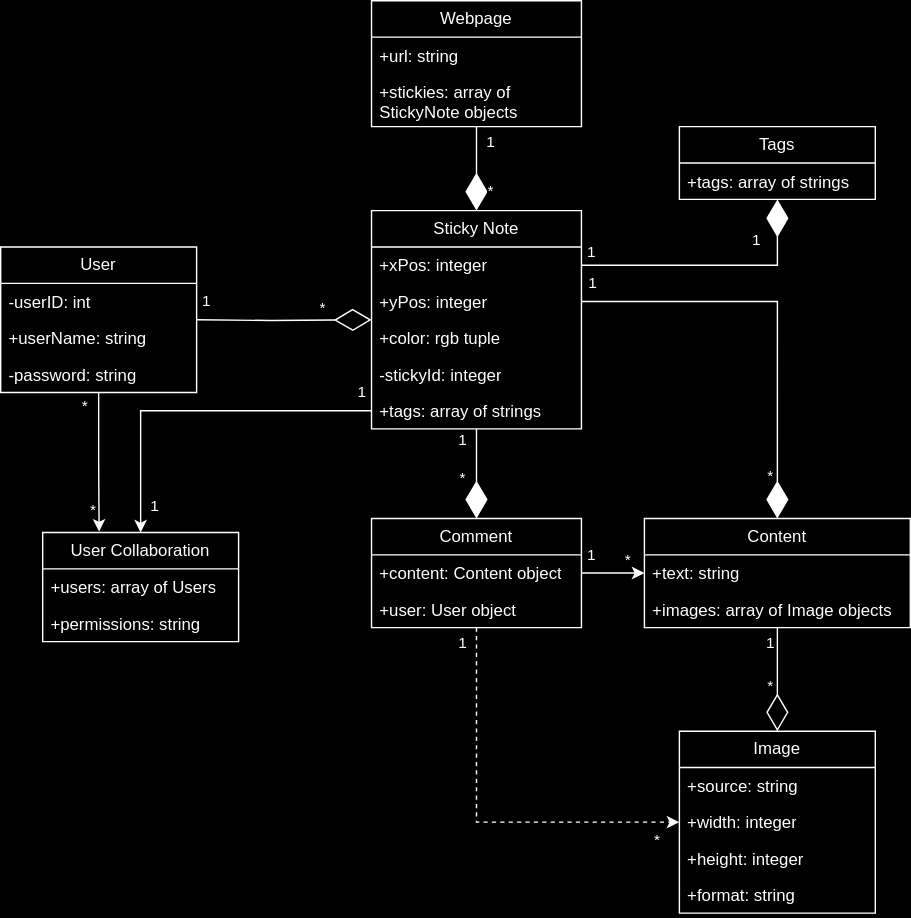
Earlier version of the draw.io export markdownImages/D3classDiagram.svg (JCraghead/WebNotes). Source tidied: cells renumbered, new cells last; positions are measured from the earlier drawing's top-left corner, leaving out a move shared by most shapes.
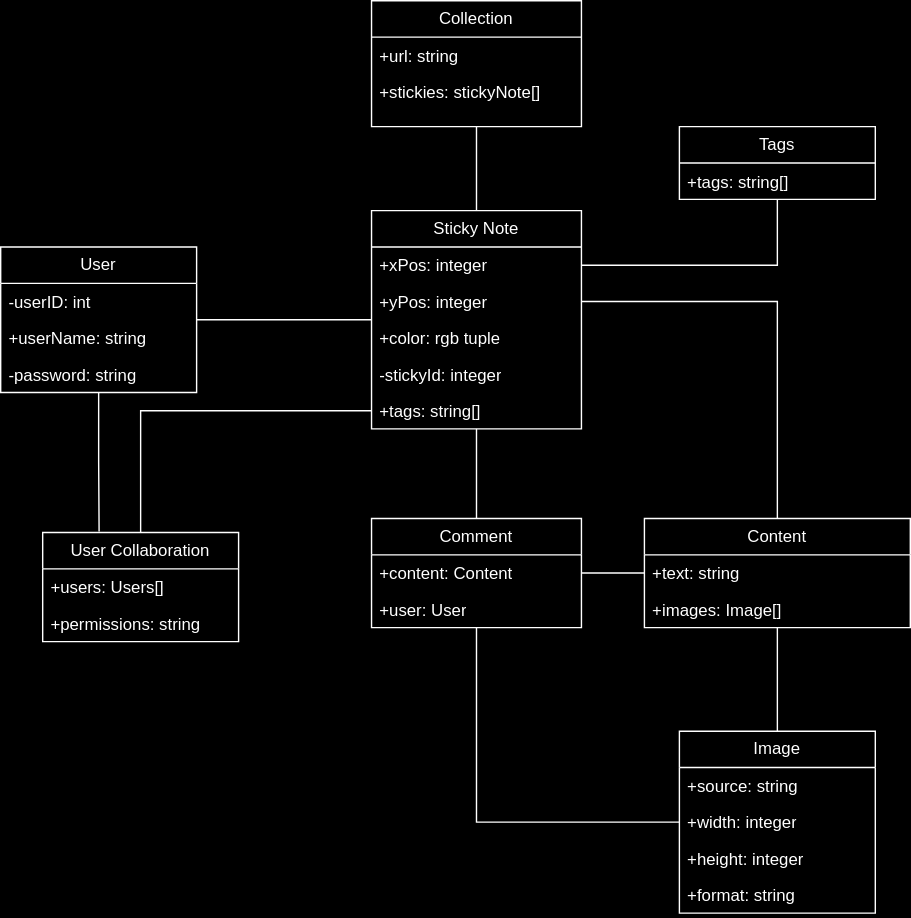
After the change.

What changed in the source:
```diff
@@ -2,34 +2,14 @@
   <root>
     <mxCell id="0" />
     <mxCell id="1" parent="0" />
-    <mxCell id="2" style="edgeStyle=orthogonalEdgeStyle;rounded=0;jettySize=auto;html=1;endArrow=diamondThin;endFill=0;endSize=24;html=1;rounded=0;" parent="1" edge="1" target="21">
+    <mxCell id="2" style="endArrow=none;endFill=0;" parent="1" edge="1" target="21">
       <mxGeometry relative="1" as="geometry">
         <mxPoint x="140" y="228" as="sourcePoint" />
       </mxGeometry>
     </mxCell>
-    <mxCell id="3" value="1" style="edgeLabel;html=1;align=center;verticalAlign=middle;" parent="2" vertex="1">
-      <mxGeometry x="-0.9" y="1" relative="1" as="geometry">
-        <mxPoint y="-12" as="offset" />
-      </mxGeometry>
-    </mxCell>
-    <mxCell id="4" value="*" style="edgeLabel;html=1;align=center;verticalAlign=middle;" parent="2" vertex="1">
-      <mxGeometry x="0.76" y="1" relative="1" as="geometry">
-        <mxPoint x="-20" y="-7" as="offset" />
-      </mxGeometry>
-    </mxCell>
-    <mxCell id="5" style="edgeStyle=orthogonalEdgeStyle;rounded=0;jettySize=auto;html=1;entryX=0.288;entryY=-0.008;entryDx=0;entryDy=0;entryPerimeter=0;" parent="1" edge="1" source="8" target="39">
+    <mxCell id="5" style="edgeStyle=orthogonalEdgeStyle;rounded=0;jettySize=auto;html=1;entryX=0.288;entryY=-0.008;entryDx=0;entryDy=0;entryPerimeter=0;endArrow=none;endFill=0;" parent="1" edge="1" source="8" target="39">
       <mxGeometry relative="1" as="geometry" />
     </mxCell>
-    <mxCell id="6" value="*" style="edgeLabel;html=1;align=center;verticalAlign=middle;" parent="5" vertex="1">
-      <mxGeometry x="-0.78" y="-1" relative="1" as="geometry">
-        <mxPoint x="-9" y="-1" as="offset" />
-      </mxGeometry>
-    </mxCell>
-    <mxCell id="7" value="*" style="edgeLabel;html=1;align=center;verticalAlign=middle;" parent="5" vertex="1">
-      <mxGeometry x="0.68" y="-2" relative="1" as="geometry">
-        <mxPoint x="-3" as="offset" />
-      </mxGeometry>
-    </mxCell>
     <mxCell id="8" value="User" style="swimlane;fontStyle=0;horizontal=1;startSize=26;fillColor=none;whiteSpace=wrap;html=1;" parent="1" vertex="1">
       <mxGeometry y="176" width="140" height="104" as="geometry" />
     </mxCell>
@@ -42,41 +22,21 @@
     <mxCell id="11" value="-password: string" style="text;strokeColor=none;fillColor=none;align=left;verticalAlign=top;spacingLeft=4;spacingRight=4;overflow=hidden;whiteSpace=wrap;html=1;" parent="8" vertex="1">
       <mxGeometry y="78" width="140" height="26" as="geometry" />
     </mxCell>
-    <mxCell id="12" style="edgeStyle=orthogonalEdgeStyle;rounded=0;jettySize=auto;html=1;entryX=0.5;entryY=0;entryDx=0;entryDy=0;endArrow=diamondThin;endFill=1;endSize=24;html=1;rounded=0;" parent="1" edge="1" source="15" target="21">
+    <mxCell id="12" style="edgeStyle=orthogonalEdgeStyle;rounded=0;jettySize=auto;html=1;entryX=0.5;entryY=0;entryDx=0;entryDy=0;endArrow=none;endFill=0;endSize=24;html=1;rounded=0;" parent="1" edge="1" source="15" target="21">
       <mxGeometry relative="1" as="geometry" />
     </mxCell>
-    <mxCell id="13" value="*" style="edgeLabel;html=1;align=center;verticalAlign=middle;" parent="12" vertex="1">
-      <mxGeometry x="0.51" relative="1" as="geometry">
-        <mxPoint x="10" as="offset" />
-      </mxGeometry>
-    </mxCell>
-    <mxCell id="14" value="1" style="edgeLabel;html=1;align=center;verticalAlign=middle;" parent="12" vertex="1">
-      <mxGeometry x="-0.82" relative="1" as="geometry">
-        <mxPoint x="10" y="5" as="offset" />
-      </mxGeometry>
-    </mxCell>
-    <mxCell id="15" value="Webpage" style="swimlane;fontStyle=0;horizontal=1;startSize=26;fillColor=none;whiteSpace=wrap;html=1;" parent="1" vertex="1">
+    <mxCell id="15" value="Collection" style="swimlane;fontStyle=0;horizontal=1;startSize=26;fillColor=none;whiteSpace=wrap;html=1;" parent="1" vertex="1">
       <mxGeometry x="265" width="150" height="90" as="geometry" />
     </mxCell>
     <mxCell id="16" value="+url: string" style="text;strokeColor=none;fillColor=none;align=left;verticalAlign=top;spacingLeft=4;spacingRight=4;overflow=hidden;whiteSpace=wrap;html=1;" parent="15" vertex="1">
       <mxGeometry y="26" width="150" height="26" as="geometry" />
     </mxCell>
-    <mxCell id="17" value="+stickies: array of StickyNote objects" style="text;strokeColor=none;fillColor=none;align=left;verticalAlign=top;spacingLeft=4;spacingRight=4;overflow=hidden;whiteSpace=wrap;html=1;" parent="15" vertex="1">
+    <mxCell id="17" value="+stickies: stickyNote[]" style="text;strokeColor=none;fillColor=none;align=left;verticalAlign=top;spacingLeft=4;spacingRight=4;overflow=hidden;whiteSpace=wrap;html=1;" parent="15" vertex="1">
       <mxGeometry y="52" width="150" height="38" as="geometry" />
     </mxCell>
-    <mxCell id="18" style="edgeStyle=orthogonalEdgeStyle;rounded=0;jettySize=auto;html=1;entryX=0.5;entryY=0;entryDx=0;entryDy=0;endArrow=diamondThin;endFill=1;endSize=24;html=1;rounded=0;" parent="1" edge="1" source="21" target="36">
+    <mxCell id="18" style="edgeStyle=orthogonalEdgeStyle;rounded=0;jettySize=auto;html=1;entryX=0.5;entryY=0;entryDx=0;entryDy=0;endArrow=none;endFill=0;endSize=24;html=1;rounded=0;" parent="1" edge="1" source="21" target="36">
       <mxGeometry relative="1" as="geometry" />
     </mxCell>
-    <mxCell id="19" value="1" style="edgeLabel;html=1;align=center;verticalAlign=middle;" parent="18" vertex="1">
-      <mxGeometry x="-0.76" y="-1" relative="1" as="geometry">
-        <mxPoint x="-9" as="offset" />
-      </mxGeometry>
-    </mxCell>
-    <mxCell id="20" value="*" style="edgeLabel;html=1;align=center;verticalAlign=middle;" parent="18" vertex="1">
-      <mxGeometry x="0.5" relative="1" as="geometry">
-        <mxPoint x="-10" y="-14" as="offset" />
-      </mxGeometry>
-    </mxCell>
     <mxCell id="21" value="Sticky Note" style="swimlane;fontStyle=0;horizontal=1;startSize=26;fillColor=none;whiteSpace=wrap;html=1;" parent="1" vertex="1">
       <mxGeometry x="265" y="150" width="150" height="156" as="geometry" />
     </mxCell>
@@ -92,57 +52,37 @@
     <mxCell id="25" value="-stickyId: integer" style="text;strokeColor=none;fillColor=none;align=left;verticalAlign=top;spacingLeft=4;spacingRight=4;overflow=hidden;whiteSpace=wrap;html=1;" parent="21" vertex="1">
       <mxGeometry y="104" width="150" height="26" as="geometry" />
     </mxCell>
-    <mxCell id="26" value="+tags: array of strings" style="text;strokeColor=none;fillColor=none;align=left;verticalAlign=top;spacingLeft=4;spacingRight=4;overflow=hidden;points=[[0,0.5],[1,0.5]];portConstraint=eastwest;whiteSpace=wrap;html=1;" parent="21" vertex="1">
+    <mxCell id="26" value="+tags: string[]" style="text;strokeColor=none;fillColor=none;align=left;verticalAlign=top;spacingLeft=4;spacingRight=4;overflow=hidden;points=[[0,0.5],[1,0.5]];portConstraint=eastwest;whiteSpace=wrap;html=1;" parent="21" vertex="1">
       <mxGeometry y="130" width="150" height="26" as="geometry" />
     </mxCell>
-    <mxCell id="27" style="edgeStyle=orthogonalEdgeStyle;rounded=0;jettySize=auto;html=1;entryX=0.5;entryY=0;entryDx=0;entryDy=0;endArrow=diamondThin;endFill=0;endSize=24;html=1;rounded=0;" parent="1" edge="1" source="30" target="42">
+    <mxCell id="27" style="edgeStyle=orthogonalEdgeStyle;rounded=0;jettySize=auto;html=1;entryX=0.5;entryY=0;entryDx=0;entryDy=0;endArrow=none;endFill=0;endSize=24;html=1;rounded=0;" parent="1" edge="1" source="30" target="42">
       <mxGeometry relative="1" as="geometry" />
     </mxCell>
-    <mxCell id="28" value="1" style="edgeLabel;html=1;align=center;verticalAlign=middle;" parent="27" vertex="1">
-      <mxGeometry x="-0.8" relative="1" as="geometry">
-        <mxPoint x="-5" y="3" as="offset" />
-      </mxGeometry>
-    </mxCell>
-    <mxCell id="29" value="*" style="edgeLabel;html=1;align=center;verticalAlign=middle;" parent="27" vertex="1">
-      <mxGeometry x="0.65" y="1" relative="1" as="geometry">
-        <mxPoint x="-6" y="-19" as="offset" />
-      </mxGeometry>
-    </mxCell>
     <mxCell id="30" value="Content" style="swimlane;fontStyle=0;horizontal=1;startSize=26;fillColor=none;whiteSpace=wrap;html=1;" parent="1" vertex="1">
       <mxGeometry x="460" y="370" width="190" height="78" as="geometry" />
     </mxCell>
     <mxCell id="31" value="+text: string" style="text;strokeColor=none;fillColor=none;align=left;verticalAlign=top;spacingLeft=4;spacingRight=4;overflow=hidden;points=[[0,0.5],[1,0.5]];portConstraint=eastwest;whiteSpace=wrap;html=1;" parent="30" vertex="1">
       <mxGeometry y="26" width="190" height="26" as="geometry" />
     </mxCell>
-    <mxCell id="32" value="+images: array of Image objects" style="text;strokeColor=none;fillColor=none;align=left;verticalAlign=top;spacingLeft=4;spacingRight=4;overflow=hidden;whiteSpace=wrap;html=1;" parent="30" vertex="1">
+    <mxCell id="32" value="+images: Image[]" style="text;strokeColor=none;fillColor=none;align=left;verticalAlign=top;spacingLeft=4;spacingRight=4;overflow=hidden;whiteSpace=wrap;html=1;" parent="30" vertex="1">
       <mxGeometry y="52" width="190" height="26" as="geometry" />
     </mxCell>
-    <mxCell id="33" style="edgeStyle=orthogonalEdgeStyle;rounded=0;jettySize=auto;html=1;entryX=0;entryY=0.5;entryDx=0;entryDy=0;dashed=1;" parent="1" edge="1" source="36" target="44">
+    <mxCell id="33" style="edgeStyle=orthogonalEdgeStyle;rounded=0;jettySize=auto;html=1;entryX=0;entryY=0.5;entryDx=0;entryDy=0;endArrow=none;endFill=0;" parent="1" edge="1" source="36" target="44">
       <mxGeometry relative="1" as="geometry" />
     </mxCell>
-    <mxCell id="34" value="1" style="edgeLabel;html=1;align=center;verticalAlign=middle;" parent="33" vertex="1">
-      <mxGeometry x="-0.93" y="-1" relative="1" as="geometry">
-        <mxPoint x="-9" y="1" as="offset" />
-      </mxGeometry>
-    </mxCell>
-    <mxCell id="35" value="*" style="edgeLabel;html=1;align=center;verticalAlign=middle;" parent="33" vertex="1">
-      <mxGeometry x="0.88" y="2" relative="1" as="geometry">
-        <mxPoint y="15" as="offset" />
-      </mxGeometry>
-    </mxCell>
     <mxCell id="36" value="Comment" style="swimlane;fontStyle=0;horizontal=1;startSize=26;fillColor=none;whiteSpace=wrap;html=1;" parent="1" vertex="1">
       <mxGeometry x="265" y="370" width="150" height="78" as="geometry" />
     </mxCell>
-    <mxCell id="37" value="+content: Content object" style="text;strokeColor=none;fillColor=none;align=left;verticalAlign=top;spacingLeft=4;spacingRight=4;overflow=hidden;points=[[0,0.5],[1,0.5]];portConstraint=eastwest;whiteSpace=wrap;html=1;" parent="36" vertex="1">
+    <mxCell id="37" value="+content: Content" style="text;strokeColor=none;fillColor=none;align=left;verticalAlign=top;spacingLeft=4;spacingRight=4;overflow=hidden;points=[[0,0.5],[1,0.5]];portConstraint=eastwest;whiteSpace=wrap;html=1;" parent="36" vertex="1">
       <mxGeometry y="26" width="150" height="26" as="geometry" />
     </mxCell>
-    <mxCell id="38" value="+user: User object" style="text;strokeColor=none;fillColor=none;align=left;verticalAlign=top;spacingLeft=4;spacingRight=4;overflow=hidden;whiteSpace=wrap;html=1;" parent="36" vertex="1">
+    <mxCell id="38" value="+user: User" style="text;strokeColor=none;fillColor=none;align=left;verticalAlign=top;spacingLeft=4;spacingRight=4;overflow=hidden;whiteSpace=wrap;html=1;" parent="36" vertex="1">
       <mxGeometry y="52" width="150" height="26" as="geometry" />
     </mxCell>
     <mxCell id="39" value="User Collaboration" style="swimlane;fontStyle=0;horizontal=1;startSize=26;fillColor=none;whiteSpace=wrap;html=1;" parent="1" vertex="1">
       <mxGeometry x="30" y="380" width="140" height="78" as="geometry" />
     </mxCell>
-    <mxCell id="40" value="+users: array of Users" style="text;strokeColor=none;fillColor=none;align=left;verticalAlign=top;spacingLeft=4;spacingRight=4;overflow=hidden;whiteSpace=wrap;html=1;" parent="39" vertex="1">
+    <mxCell id="40" value="+users: Users[]" style="text;strokeColor=none;fillColor=none;align=left;verticalAlign=top;spacingLeft=4;spacingRight=4;overflow=hidden;whiteSpace=wrap;html=1;" parent="39" vertex="1">
       <mxGeometry y="26" width="140" height="26" as="geometry" />
     </mxCell>
     <mxCell id="41" value="+permissions: string" style="text;strokeColor=none;fillColor=none;align=left;verticalAlign=top;spacingLeft=4;spacingRight=4;overflow=hidden;whiteSpace=wrap;html=1;" parent="39" vertex="1">
@@ -166,60 +106,20 @@
     <mxCell id="47" value="Tags" style="swimlane;fontStyle=0;horizontal=1;startSize=26;fillColor=none;whiteSpace=wrap;html=1;" parent="1" vertex="1">
       <mxGeometry x="485" y="90" width="140" height="52" as="geometry" />
     </mxCell>
-    <mxCell id="48" value="+tags: array of strings" style="text;strokeColor=none;fillColor=none;align=left;verticalAlign=top;spacingLeft=4;spacingRight=4;overflow=hidden;whiteSpace=wrap;html=1;" parent="47" vertex="1">
+    <mxCell id="48" value="+tags: string[]" style="text;strokeColor=none;fillColor=none;align=left;verticalAlign=top;spacingLeft=4;spacingRight=4;overflow=hidden;whiteSpace=wrap;html=1;" parent="47" vertex="1">
       <mxGeometry y="26" width="140" height="26" as="geometry" />
     </mxCell>
-    <mxCell id="49" style="edgeStyle=orthogonalEdgeStyle;rounded=0;jettySize=auto;html=1;entryX=0.5;entryY=0;entryDx=0;entryDy=0;endArrow=diamondThin;endFill=1;endSize=24;html=1;rounded=0;" parent="1" edge="1" source="23" target="30">
+    <mxCell id="49" style="edgeStyle=orthogonalEdgeStyle;rounded=0;jettySize=auto;html=1;entryX=0.5;entryY=0;entryDx=0;entryDy=0;endArrow=none;endFill=0;endSize=24;html=1;rounded=0;" parent="1" edge="1" source="23" target="30">
       <mxGeometry relative="1" as="geometry" />
     </mxCell>
-    <mxCell id="50" value="1" style="edgeLabel;html=1;align=center;verticalAlign=middle;" parent="49" vertex="1">
-      <mxGeometry x="-0.95" relative="1" as="geometry">
-        <mxPoint y="-13" as="offset" />
-      </mxGeometry>
-    </mxCell>
-    <mxCell id="51" value="*" style="edgeLabel;html=1;align=center;verticalAlign=middle;" parent="49" vertex="1">
-      <mxGeometry x="0.88" y="-1" relative="1" as="geometry">
-        <mxPoint x="-4" y="-13" as="offset" />
-      </mxGeometry>
-    </mxCell>
-    <mxCell id="52" style="edgeStyle=orthogonalEdgeStyle;rounded=0;jettySize=auto;html=1;endArrow=diamondThin;endFill=1;endSize=24;html=1;rounded=0;" parent="1" edge="1" source="22" target="47">
+    <mxCell id="52" style="edgeStyle=orthogonalEdgeStyle;rounded=0;jettySize=auto;html=1;endArrow=none;endFill=0;endSize=24;html=1;rounded=0;" parent="1" edge="1" source="22" target="47">
       <mxGeometry relative="1" as="geometry" />
     </mxCell>
-    <mxCell id="53" value="1" style="edgeLabel;html=1;align=center;verticalAlign=middle;" parent="52" vertex="1">
-      <mxGeometry x="-0.93" y="1" relative="1" as="geometry">
-        <mxPoint y="-8" as="offset" />
-      </mxGeometry>
-    </mxCell>
-    <mxCell id="54" value="1" style="edgeLabel;html=1;align=center;verticalAlign=middle;" parent="52" vertex="1">
-      <mxGeometry x="0.6" y="2" relative="1" as="geometry">
-        <mxPoint x="-13" y="-9" as="offset" />
-      </mxGeometry>
-    </mxCell>
-    <mxCell id="55" style="edgeStyle=orthogonalEdgeStyle;rounded=0;jettySize=auto;html=1;entryX=0.5;entryY=0;entryDx=0;entryDy=0;" parent="1" edge="1" source="26" target="39">
+    <mxCell id="55" style="edgeStyle=orthogonalEdgeStyle;rounded=0;jettySize=auto;html=1;entryX=0.5;entryY=0;entryDx=0;entryDy=0;endArrow=none;endFill=0;" parent="1" edge="1" source="26" target="39">
       <mxGeometry relative="1" as="geometry" />
     </mxCell>
-    <mxCell id="56" value="1" style="edgeLabel;html=1;align=center;verticalAlign=middle;" parent="55" vertex="1">
-      <mxGeometry x="-0.95" y="-1" relative="1" as="geometry">
-        <mxPoint y="-12" as="offset" />
-      </mxGeometry>
-    </mxCell>
-    <mxCell id="57" value="1" style="edgeLabel;html=1;align=center;verticalAlign=middle;" parent="55" vertex="1">
-      <mxGeometry x="0.84" y="1" relative="1" as="geometry">
-        <mxPoint x="9" as="offset" />
-      </mxGeometry>
-    </mxCell>
-    <mxCell id="58" style="edgeStyle=orthogonalEdgeStyle;rounded=0;jettySize=auto;html=1;entryX=0;entryY=0.5;entryDx=0;entryDy=0;" parent="1" edge="1" source="37" target="31">
+    <mxCell id="58" style="edgeStyle=orthogonalEdgeStyle;rounded=0;jettySize=auto;html=1;entryX=0;entryY=0.5;entryDx=0;entryDy=0;endArrow=none;endFill=0;" parent="1" edge="1" source="37" target="31">
       <mxGeometry relative="1" as="geometry" />
     </mxCell>
-    <mxCell id="59" value="1" style="edgeLabel;html=1;align=center;verticalAlign=middle;" parent="58" vertex="1">
-      <mxGeometry x="-0.69" y="2" relative="1" as="geometry">
-        <mxPoint y="-11" as="offset" />
-      </mxGeometry>
-    </mxCell>
-    <mxCell id="60" value="*" style="edgeLabel;html=1;align=center;verticalAlign=middle;" parent="58" vertex="1">
-      <mxGeometry x="0.45" y="1" relative="1" as="geometry">
-        <mxPoint y="-8" as="offset" />
-      </mxGeometry>
-    </mxCell>
   </root>
 </mxGraphModel>
```
